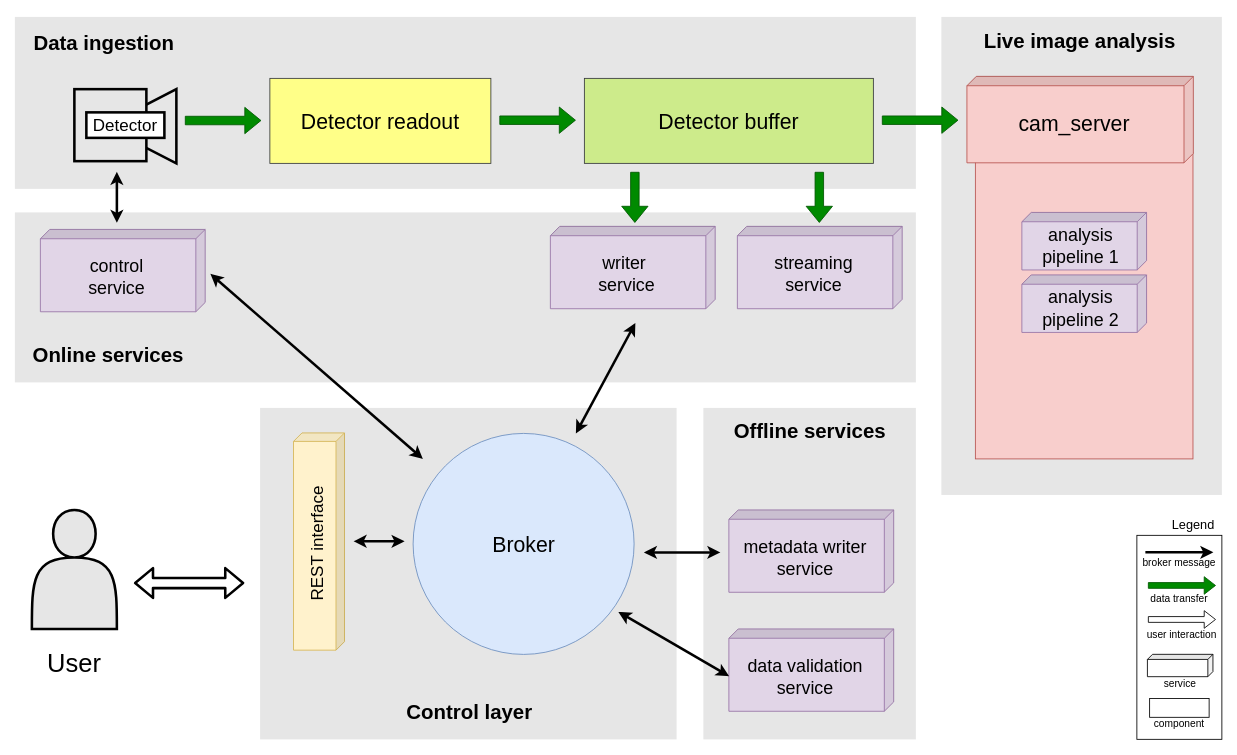
This is page "daq_components_interaction" (4 of 6) of docs/diagrams.drawio from paulscherrerinstitute/std_daq_service, a draw.io file, before an edit. Source tidied: cells renumbered, new cells numbered last; positions are measured from the earlier drawing's top-left corner, leaving out a move shared by most shapes. Both pictures are drawn from the tidied source at 85%, with x=0, y=0 at pixel (14, 6).
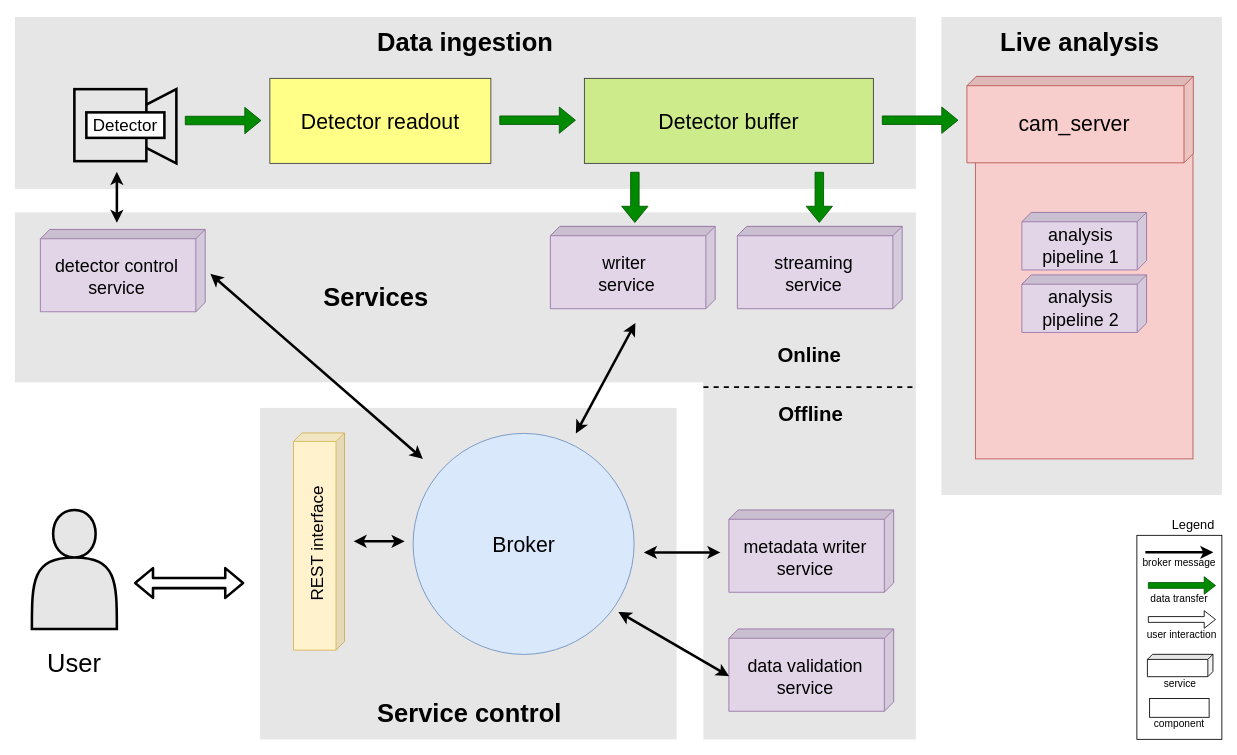
After the change.

Commit message:
Added std-daq introduction

Unchanged cells that the change refers to:
```xml
<mxCell id="30" style="group;" parent="1" vertex="1">
  <mxGeometry x="30" y="262.4" width="193.9" height="97.1" as="geometry" />
</mxCell>
```

Diff of the diagram source:
```diff
@@
     <mxCell id="4" style="rounded=0;whiteSpace=wrap;html=1;fontSize=30;fontColor=#000000;fillColor=#E6E6E6;align=left;strokeColor=none;" parent="1" vertex="1">
-      <mxGeometry x="810" y="472.4" width="250" height="390" as="geometry" />
+      <mxGeometry x="810" y="428" width="250" height="434.4" as="geometry" />
     </mxCell>
@@
-    <mxCell id="32" value="&lt;div style=&quot;font-size: 21px&quot;&gt;control&lt;br&gt;service&lt;/div&gt;" style="text;html=1;strokeColor=none;fillColor=none;align=center;verticalAlign=middle;whiteSpace=wrap;rounded=0;fontSize=21;" parent="30" vertex="1">
+    <mxCell id="32" value="&lt;div style=&quot;font-size: 21px&quot;&gt;detector control&lt;br&gt;service&lt;/div&gt;" style="text;html=1;strokeColor=none;fillColor=none;align=center;verticalAlign=middle;whiteSpace=wrap;rounded=0;fontSize=21;" parent="30" vertex="1">
       <mxGeometry x="0.3" y="14.2" width="180" height="82.8" as="geometry" />
     </mxCell>
@@
-    <mxCell id="83" value="Data ingestion" style="text;html=1;strokeColor=none;fillColor=none;align=center;verticalAlign=middle;whiteSpace=wrap;rounded=0;fontSize=24;fontColor=#000000;rotation=0;fontStyle=1;" parent="1" vertex="1">
-      <mxGeometry y="12.4" width="210" height="62.6" as="geometry" />
+    <mxCell id="83" value="Data ingestion" style="text;html=1;strokeColor=none;fillColor=none;align=center;verticalAlign=middle;whiteSpace=wrap;rounded=0;fontSize=30;fontColor=#000000;rotation=0;fontStyle=1;" parent="1" vertex="1">
+      <mxGeometry x="400" y="9.5" width="260" height="65.6" as="geometry" />
     </mxCell>
-    <mxCell id="84" value="Live image analysis" style="text;html=1;strokeColor=none;fillColor=none;align=center;verticalAlign=middle;whiteSpace=wrap;rounded=0;fontSize=24;fontColor=#000000;rotation=0;fontStyle=1;" parent="1" vertex="1">
+    <mxCell id="84" value="Live analysis" style="text;html=1;strokeColor=none;fillColor=none;align=center;verticalAlign=middle;whiteSpace=wrap;rounded=0;fontSize=30;fontColor=#000000;rotation=0;fontStyle=1;" parent="1" vertex="1">
       <mxGeometry x="1088.2" y="12.4" width="330" height="60" as="geometry" />
     </mxCell>
-    <mxCell id="85" value="Online services" style="text;html=1;strokeColor=none;fillColor=none;align=center;verticalAlign=middle;whiteSpace=wrap;rounded=0;fontSize=24;fontColor=#000000;rotation=0;fontStyle=1;" parent="1" vertex="1">
-      <mxGeometry y="379.7" width="220" height="62.6" as="geometry" />
+    <mxCell id="85" value="Online" style="text;html=1;strokeColor=none;fillColor=none;align=center;verticalAlign=middle;whiteSpace=wrap;rounded=0;fontSize=24;fontColor=#000000;rotation=0;fontStyle=1;" parent="1" vertex="1">
+      <mxGeometry x="875" y="379.7" width="120" height="62.6" as="geometry" />
     </mxCell>
-    <mxCell id="86" value="Offline services" style="text;html=1;strokeColor=none;fillColor=none;align=center;verticalAlign=middle;whiteSpace=wrap;rounded=0;fontSize=24;fontColor=#000000;rotation=0;fontStyle=1;" parent="1" vertex="1">
-      <mxGeometry x="810.6" y="477.4" width="249.3" height="45" as="geometry" />
+    <mxCell id="86" value="Offline" style="text;html=1;strokeColor=none;fillColor=none;align=center;verticalAlign=middle;whiteSpace=wrap;rounded=0;fontSize=24;fontColor=#000000;rotation=0;fontStyle=1;" parent="1" vertex="1">
+      <mxGeometry x="812.3" y="457.4" width="249.3" height="45" as="geometry" />
     </mxCell>
-    <mxCell id="87" value="Control layer" style="text;html=1;strokeColor=none;fillColor=none;align=center;verticalAlign=middle;whiteSpace=wrap;rounded=0;fontSize=24;fontColor=#000000;rotation=0;fontStyle=1;" parent="1" vertex="1">
+    <mxCell id="87" value="Service control" style="text;html=1;strokeColor=none;fillColor=none;align=center;verticalAlign=middle;whiteSpace=wrap;rounded=0;fontSize=30;fontColor=#000000;rotation=0;fontStyle=1;" parent="1" vertex="1">
       <mxGeometry x="290" y="799.7" width="490" height="62.6" as="geometry" />
     </mxCell>
+    <mxCell id="88" style="endArrow=none;dashed=1;html=1;strokeWidth=2;fontSize=36;fontColor=#3333FF;" parent="1" edge="1">
+      <mxGeometry relative="1" as="geometry">
+        <mxPoint x="810" y="448" as="sourcePoint" />
+        <mxPoint x="1060" y="448" as="targetPoint" />
+      </mxGeometry>
+    </mxCell>
+    <mxCell id="89" value="Services" style="text;html=1;strokeColor=none;fillColor=none;align=center;verticalAlign=middle;whiteSpace=wrap;rounded=0;fontSize=30;fontColor=#000000;rotation=0;fontStyle=1;" parent="1" vertex="1">
+      <mxGeometry x="180" y="311" width="490" height="62.6" as="geometry" />
+    </mxCell>
```
